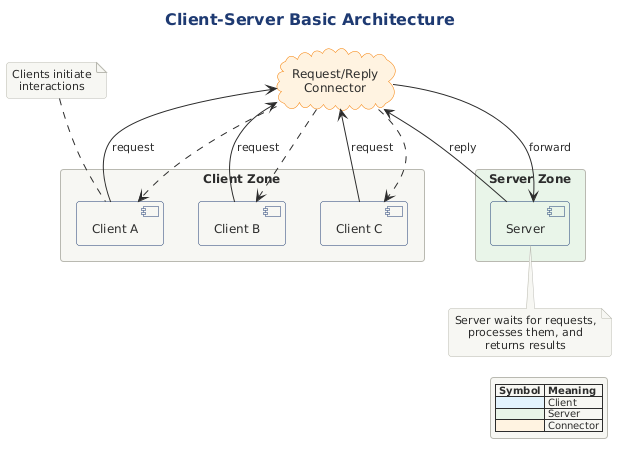
Before: src/architecture/views-and-beyond/style-catalogs/component-and-connector/client-server-style/png/client-server-basic-architecture.png, a diagram exported from PlantUML (Notoriousjayy/latex-docs). The source it was exported from:
```plantuml
@startuml

!include ../../../../../../tooling/styles/plantuml/structural/deployment-diagram-style.iuml

skinparam cloud {
    BackgroundColor #FFF3E0
    BorderColor #F57C00
}

title Client-Server Basic Architecture

rectangle "Client Zone" {
    component "Client A" as CA
    component "Client B" as CB
    component "Client C" as CC
}

cloud "Request/Reply\nConnector" as CONN

rectangle "Server Zone" #E8F5E9 {
    component "Server" as S #E8F5E9
}

CA --> CONN : request
CB --> CONN : request
CC --> CONN : request
CONN --> S : forward

S --> CONN : reply
CONN ..> CA
CONN ..> CB
CONN ..> CC

note bottom of S
  Server waits for requests,
  processes them, and
  returns results
end note

note top of CA
  Clients initiate
  interactions
end note

legend right
  |= Symbol |= Meaning |
  | <#E3F2FD> | Client |
  | <#E8F5E9> | Server |
  | <#FFF3E0> | Connector |
endlegend
@enduml
```
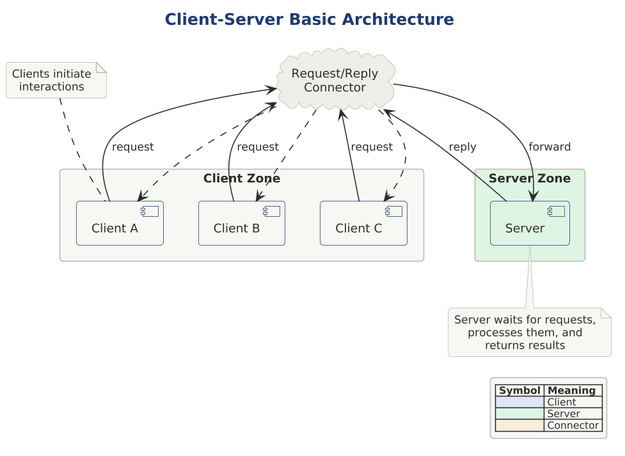
After the commit.

What changed in the source:
```diff
@@ -1,11 +1,11 @@
 @startuml
 
+skinparam dpi 150
+
+
+
+
 !include ../../../../../../tooling/styles/plantuml/structural/deployment-diagram-style.iuml
-
-skinparam cloud {
-    BackgroundColor #FFF3E0
-    BorderColor #F57C00
-}
 
 title Client-Server Basic Architecture
 
@@ -17,8 +17,8 @@
 
 cloud "Request/Reply\nConnector" as CONN
 
-rectangle "Server Zone" #E8F5E9 {
-    component "Server" as S #E8F5E9
+rectangle "Server Zone" $fill_ok {
+    component "Server" as S $fill_ok
 }
 
 CA --> CONN : request
@@ -44,8 +44,8 @@
 
 legend right
   |= Symbol |= Meaning |
-  | <#E3F2FD> | Client |
-  | <#E8F5E9> | Server |
-  | <#FFF3E0> | Connector |
+  | <$fill_primary> | Client |
+  | <$fill_ok> | Server |
+  | <$fill_caution> | Connector |
 endlegend
 @enduml
```
